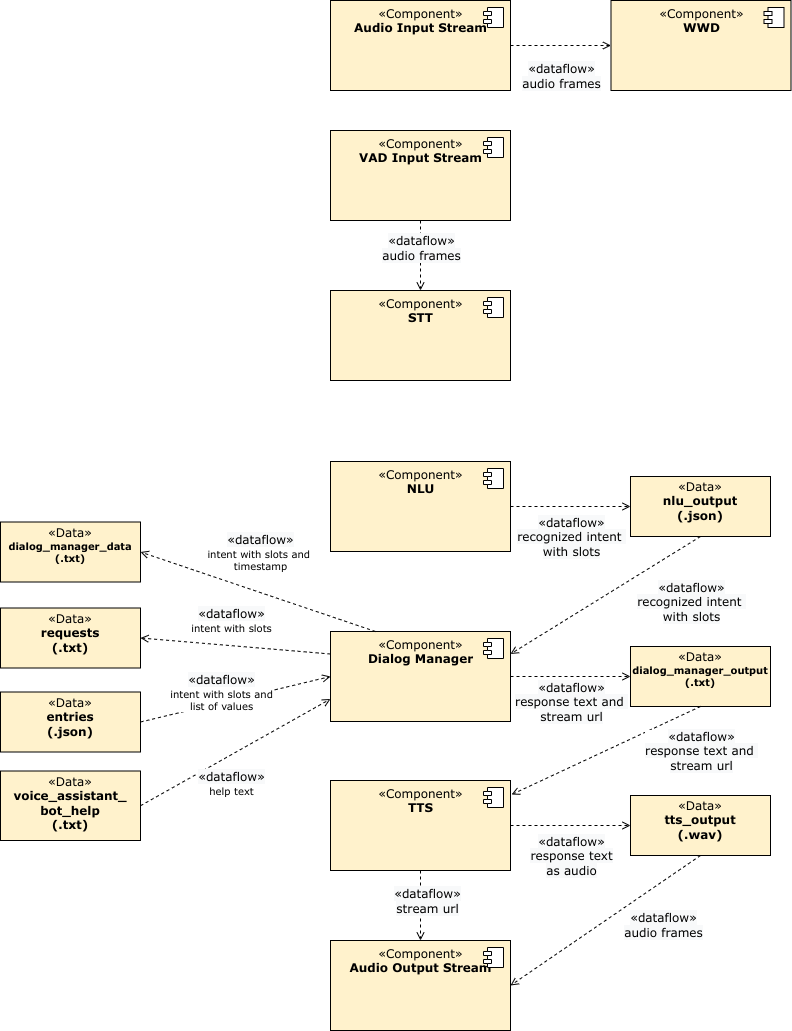
Above: documentation/datenmodell.drawio.png in tlau10/Sprachassistent (draw.io), before the change. Source tidied: cells renumbered, new cells last; positions are measured from the earlier drawing's top-left corner, leaving out a move shared by most shapes.
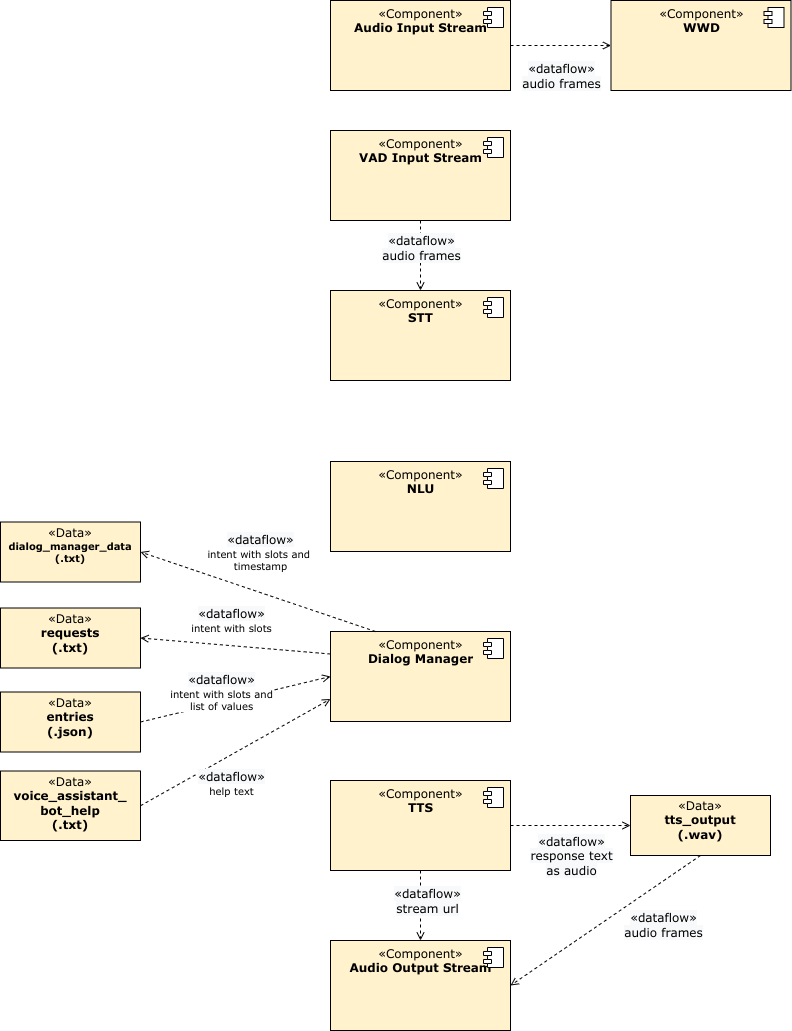
The same diagram one commit later.

Commit message:
replaced dm output with function return value

The edit, as a diff of the source:
```diff
@@ -18,17 +18,6 @@
         <mxPoint x="-27" y="7" as="offset" />
       </mxGeometry>
     </mxCell>
-    <mxCell id="6" value="&lt;p style=&quot;margin: 0px ; margin-top: 4px ; text-align: center&quot;&gt;&lt;font&gt;&lt;span class=&quot;char&quot;&gt;&lt;span class=&quot;vchar&quot; id=&quot;char-node&quot;&gt;«Data&lt;/span&gt;&lt;/span&gt;&lt;span class=&quot;char&quot;&gt;&lt;span class=&quot;vchar&quot; id=&quot;char-node&quot;&gt;»&lt;br&gt;&lt;/span&gt;&lt;/span&gt;&lt;/font&gt;&lt;/p&gt;&lt;div style=&quot;text-align: center&quot;&gt;&lt;b&gt;&lt;font&gt;nlu_output&lt;/font&gt;&lt;/b&gt;&lt;/div&gt;&lt;div style=&quot;text-align: center&quot;&gt;&lt;b&gt;&lt;font&gt;(.json)&lt;br&gt;&lt;/font&gt;&lt;/b&gt;&lt;/div&gt;&lt;p style=&quot;margin: 0px 0px 0px 4px&quot;&gt;&lt;br&gt;&lt;/p&gt;" style="verticalAlign=top;align=left;overflow=fill;fontSize=12;fontFamily=Verdana;html=1;fillColor=#fff2cc;" parent="1" vertex="1">
-      <mxGeometry x="630" y="476" width="140" height="60" as="geometry" />
-    </mxCell>
-    <mxCell id="7" style="endArrow=open;html=1;fillColor=#000000;fontFamily=Verdana;fontSize=12;endFill=0;dashed=1;rounded=0;exitX=1;exitY=0.5;exitDx=0;exitDy=0;entryX=0;entryY=0.5;entryDx=0;entryDy=0;" parent="1" edge="1" source="4" target="6">
-      <mxGeometry relative="1" as="geometry" />
-    </mxCell>
-    <mxCell id="8" value="&lt;div&gt;&lt;span style=&quot;font-size: 12px; background-color: rgb(248, 249, 250);&quot;&gt;«dataflow»&lt;/span&gt;&lt;/div&gt;&lt;div&gt;&lt;span style=&quot;font-size: 12px; background-color: rgb(248, 249, 250);&quot;&gt;recognized intent &lt;br&gt;&lt;/span&gt;&lt;/div&gt;&lt;div&gt;&lt;span style=&quot;font-size: 12px; background-color: rgb(248, 249, 250);&quot;&gt;with slots&lt;br&gt;&lt;/span&gt;&lt;/div&gt;" style="edgeLabel;html=1;align=center;verticalAlign=middle;fontFamily=Verdana;" parent="7" vertex="1">
-      <mxGeometry relative="1" as="geometry">
-        <mxPoint y="30" as="offset" />
-      </mxGeometry>
-    </mxCell>
     <mxCell id="9" value="&lt;font&gt;«Component»&lt;br&gt;&lt;b&gt;Dialog Manager&lt;br&gt;&lt;/b&gt;&lt;/font&gt;" style="html=1;verticalAlign=top;fillColor=#fff2cc;fontFamily=Verdana;" parent="1" vertex="1">
       <mxGeometry x="330" y="631" width="180" height="90" as="geometry" />
     </mxCell>
@@ -37,23 +26,6 @@
         <mxPoint x="-27" y="7" as="offset" />
       </mxGeometry>
     </mxCell>
-    <mxCell id="11" style="endArrow=open;html=1;fillColor=#000000;fontFamily=Verdana;fontSize=12;endFill=0;dashed=1;rounded=0;exitX=0.5;exitY=1;exitDx=0;exitDy=0;entryX=1;entryY=0.25;entryDx=0;entryDy=0;" parent="1" edge="1" source="6" target="9">
-      <mxGeometry relative="1" as="geometry" />
-    </mxCell>
-    <mxCell id="12" value="&lt;div&gt;&lt;span style=&quot;font-size: 12px; background-color: rgb(248, 249, 250);&quot;&gt;«dataflow»&lt;/span&gt;&lt;/div&gt;&lt;div&gt;&lt;span style=&quot;font-size: 12px; background-color: rgb(248, 249, 250);&quot;&gt;recognized intent &lt;br&gt;&lt;/span&gt;&lt;/div&gt;&lt;div&gt;&lt;span style=&quot;font-size: 12px; background-color: rgb(248, 249, 250);&quot;&gt;with slots&lt;br&gt;&lt;/span&gt;&lt;/div&gt;" style="edgeLabel;html=1;align=center;verticalAlign=middle;fontFamily=Verdana;" parent="1" vertex="1">
-      <mxGeometry x="690" y="601" as="geometry" />
-    </mxCell>
-    <mxCell id="13" value="&lt;p style=&quot;margin: 0px ; margin-top: 4px ; text-align: center&quot;&gt;&lt;font&gt;&lt;span class=&quot;char&quot;&gt;&lt;span class=&quot;vchar&quot; id=&quot;char-node&quot;&gt;«Data&lt;/span&gt;&lt;/span&gt;&lt;span class=&quot;char&quot;&gt;&lt;span class=&quot;vchar&quot; id=&quot;char-node&quot;&gt;»&lt;br&gt;&lt;/span&gt;&lt;/span&gt;&lt;/font&gt;&lt;/p&gt;&lt;div style=&quot;text-align: center; font-size: 10px;&quot;&gt;&lt;font style=&quot;font-size: 10px;&quot;&gt;&lt;b&gt;&lt;font style=&quot;font-size: 10px;&quot;&gt;dialog_manager_output&lt;/font&gt;&lt;/b&gt;&lt;/font&gt;&lt;/div&gt;&lt;div style=&quot;text-align: center; font-size: 10px;&quot;&gt;&lt;b&gt;&lt;font style=&quot;font-size: 10px;&quot;&gt;&lt;font style=&quot;font-size: 10px;&quot;&gt;(.txt)&lt;/font&gt;&lt;br&gt;&lt;/font&gt;&lt;/b&gt;&lt;/div&gt;&lt;p style=&quot;margin: 0px 0px 0px 4px&quot;&gt;&lt;br&gt;&lt;/p&gt;" style="verticalAlign=top;align=left;overflow=fill;fontSize=12;fontFamily=Verdana;html=1;fillColor=#fff2cc;" parent="1" vertex="1">
-      <mxGeometry x="630" y="646" width="140" height="60" as="geometry" />
-    </mxCell>
-    <mxCell id="14" style="endArrow=open;html=1;fillColor=#000000;fontFamily=Verdana;fontSize=12;endFill=0;dashed=1;rounded=0;exitX=1;exitY=0.5;exitDx=0;exitDy=0;entryX=0;entryY=0.5;entryDx=0;entryDy=0;" parent="1" edge="1" source="9" target="13">
-      <mxGeometry relative="1" as="geometry" />
-    </mxCell>
-    <mxCell id="15" value="&lt;div&gt;&lt;span style=&quot;font-size: 12px; background-color: rgb(248, 249, 250);&quot;&gt;«dataflow»&lt;/span&gt;&lt;/div&gt;&lt;div&gt;&lt;span style=&quot;font-size: 12px; background-color: rgb(248, 249, 250);&quot;&gt;response text and &lt;br&gt;&lt;/span&gt;&lt;/div&gt;&lt;div&gt;&lt;span style=&quot;font-size: 12px; background-color: rgb(248, 249, 250);&quot;&gt;stream url&lt;br&gt;&lt;/span&gt;&lt;/div&gt;" style="edgeLabel;html=1;align=center;verticalAlign=middle;fontFamily=Verdana;fontSize=10;" parent="14" vertex="1">
-      <mxGeometry relative="1" as="geometry">
-        <mxPoint y="25" as="offset" />
-      </mxGeometry>
-    </mxCell>
     <mxCell id="16" value="&lt;font&gt;«Component»&lt;br&gt;&lt;b&gt;TTS&lt;/b&gt;&lt;/font&gt;" style="html=1;verticalAlign=top;fillColor=#fff2cc;fontFamily=Verdana;" parent="1" vertex="1">
       <mxGeometry x="330" y="780" width="180" height="90" as="geometry" />
     </mxCell>
@@ -73,12 +45,6 @@
         <mxPoint y="30" as="offset" />
       </mxGeometry>
     </mxCell>
-    <mxCell id="21" style="endArrow=open;html=1;fillColor=#000000;fontFamily=Verdana;fontSize=12;endFill=0;dashed=1;rounded=0;exitX=0.5;exitY=1;exitDx=0;exitDy=0;entryX=1.006;entryY=0.156;entryDx=0;entryDy=0;entryPerimeter=0;" parent="1" edge="1" source="13" target="16">
-      <mxGeometry relative="1" as="geometry" />
-    </mxCell>
-    <mxCell id="22" value="&lt;div&gt;&lt;span style=&quot;font-size: 12px; background-color: rgb(248, 249, 250);&quot;&gt;«dataflow»&lt;/span&gt;&lt;/div&gt;&lt;div&gt;&lt;span style=&quot;font-size: 12px; background-color: rgb(248, 249, 250);&quot;&gt;response text and &lt;br&gt;&lt;/span&gt;&lt;/div&gt;&lt;div&gt;&lt;span style=&quot;font-size: 12px; background-color: rgb(248, 249, 250);&quot;&gt;stream url&lt;br&gt;&lt;/span&gt;&lt;/div&gt;" style="edgeLabel;html=1;align=center;verticalAlign=middle;fontFamily=Verdana;fontSize=10;" parent="1" vertex="1">
-      <mxGeometry x="700" y="750" as="geometry" />
-    </mxCell>
     <mxCell id="23" value="&lt;font&gt;«Component»&lt;br&gt;&lt;b&gt;Audio Input Stream&lt;br&gt;&lt;/b&gt;&lt;/font&gt;" style="html=1;verticalAlign=top;fillColor=#fff2cc;fontFamily=Verdana;" parent="1" vertex="1">
       <mxGeometry x="330" width="180" height="90" as="geometry" />
     </mxCell>
```
